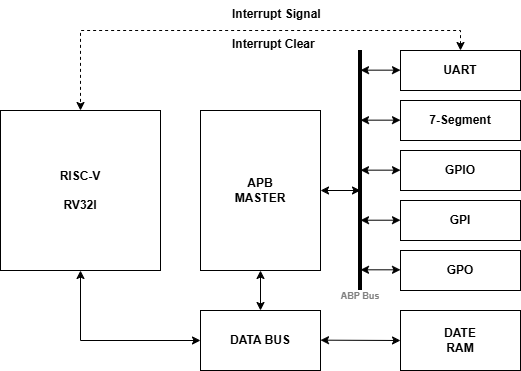
Before: riscv.png, a diagram exported from draw.io (Bourrasque-21/RV32I_mcu). Source tidied: cells renumbered, new cells last; positions are measured from the earlier drawing's top-left corner, leaving out a move shared by most shapes. Source of this version:
```xml
<mxGraphModel>
  <root>
    <mxCell id="0" />
    <mxCell id="1" parent="0" />
    <mxCell id="2" value="&lt;b&gt;RISC-V&lt;br&gt;&lt;br&gt;&lt;/b&gt;&lt;div&gt;&lt;b&gt;RV32I&lt;/b&gt;&lt;/div&gt;" style="rounded=0;whiteSpace=wrap;html=1;labelBackgroundColor=none;" parent="1" vertex="1">
      <mxGeometry y="110" width="160" height="160" as="geometry" />
    </mxCell>
    <mxCell id="3" value="&lt;b&gt;APB&lt;/b&gt;&lt;div&gt;&lt;b&gt;MASTER&lt;/b&gt;&lt;/div&gt;" style="rounded=0;whiteSpace=wrap;html=1;labelBackgroundColor=none;" parent="1" vertex="1">
      <mxGeometry x="200" y="110" width="120" height="160" as="geometry" />
    </mxCell>
    <mxCell id="4" value="&lt;b&gt;DATA BUS&lt;/b&gt;" style="rounded=0;whiteSpace=wrap;html=1;labelBackgroundColor=none;" parent="1" vertex="1">
      <mxGeometry x="200" y="310" width="120" height="60" as="geometry" />
    </mxCell>
    <mxCell id="5" style="endArrow=none;html=1;rounded=0;strokeWidth=4;labelBackgroundColor=none;fontColor=default;" parent="1" edge="1">
      <mxGeometry relative="1" as="geometry">
        <mxPoint x="360" y="290" as="sourcePoint" />
        <mxPoint x="360" y="50" as="targetPoint" />
      </mxGeometry>
    </mxCell>
    <mxCell id="6" value="&lt;b&gt;UART&lt;/b&gt;" style="rounded=0;whiteSpace=wrap;html=1;labelBackgroundColor=none;" parent="1" vertex="1">
      <mxGeometry x="400" y="50" width="120" height="40" as="geometry" />
    </mxCell>
    <mxCell id="7" value="&lt;b&gt;7-Segment&lt;/b&gt;" style="rounded=0;whiteSpace=wrap;html=1;labelBackgroundColor=none;" parent="1" vertex="1">
      <mxGeometry x="400" y="100" width="120" height="40" as="geometry" />
    </mxCell>
    <mxCell id="8" value="&lt;b&gt;GPIO&lt;/b&gt;" style="rounded=0;whiteSpace=wrap;html=1;labelBackgroundColor=none;" parent="1" vertex="1">
      <mxGeometry x="400" y="150" width="120" height="40" as="geometry" />
    </mxCell>
    <mxCell id="9" value="&lt;b&gt;GPI&lt;/b&gt;" style="rounded=0;whiteSpace=wrap;html=1;labelBackgroundColor=none;" parent="1" vertex="1">
      <mxGeometry x="400" y="200" width="120" height="40" as="geometry" />
    </mxCell>
    <mxCell id="10" value="&lt;b&gt;DATE&lt;/b&gt;&lt;div&gt;&lt;b&gt;RAM&lt;/b&gt;&lt;/div&gt;" style="rounded=0;whiteSpace=wrap;html=1;labelBackgroundColor=none;" parent="1" vertex="1">
      <mxGeometry x="400" y="310" width="120" height="60" as="geometry" />
    </mxCell>
    <mxCell id="11" value="&lt;b&gt;GPO&lt;/b&gt;" style="rounded=0;whiteSpace=wrap;html=1;labelBackgroundColor=none;" parent="1" vertex="1">
      <mxGeometry x="400" y="250" width="120" height="40" as="geometry" />
    </mxCell>
    <mxCell id="12" style="endArrow=classic;startArrow=classic;html=1;rounded=0;labelBackgroundColor=none;fontColor=default;" parent="1" edge="1">
      <mxGeometry relative="1" as="geometry">
        <mxPoint x="320" y="190" as="sourcePoint" />
        <mxPoint x="360" y="190" as="targetPoint" />
      </mxGeometry>
    </mxCell>
    <mxCell id="13" style="endArrow=classic;startArrow=classic;html=1;rounded=0;labelBackgroundColor=none;fontColor=default;" parent="1" edge="1">
      <mxGeometry relative="1" as="geometry">
        <mxPoint x="360" y="69.7" as="sourcePoint" />
        <mxPoint x="400" y="69.7" as="targetPoint" />
      </mxGeometry>
    </mxCell>
    <mxCell id="14" style="endArrow=classic;startArrow=classic;html=1;rounded=0;labelBackgroundColor=none;fontColor=default;" parent="1" edge="1">
      <mxGeometry relative="1" as="geometry">
        <mxPoint x="360" y="119.7" as="sourcePoint" />
        <mxPoint x="400" y="119.7" as="targetPoint" />
      </mxGeometry>
    </mxCell>
    <mxCell id="15" style="endArrow=classic;startArrow=classic;html=1;rounded=0;labelBackgroundColor=none;fontColor=default;" parent="1" edge="1">
      <mxGeometry relative="1" as="geometry">
        <mxPoint x="360" y="169.7" as="sourcePoint" />
        <mxPoint x="400" y="169.7" as="targetPoint" />
      </mxGeometry>
    </mxCell>
    <mxCell id="16" style="endArrow=classic;startArrow=classic;html=1;rounded=0;labelBackgroundColor=none;fontColor=default;" parent="1" edge="1">
      <mxGeometry relative="1" as="geometry">
        <mxPoint x="360" y="269.3" as="sourcePoint" />
        <mxPoint x="400" y="269.3" as="targetPoint" />
      </mxGeometry>
    </mxCell>
    <mxCell id="17" style="endArrow=classic;startArrow=classic;html=1;rounded=0;labelBackgroundColor=none;fontColor=default;" parent="1" edge="1">
      <mxGeometry relative="1" as="geometry">
        <mxPoint x="360" y="219.7" as="sourcePoint" />
        <mxPoint x="400" y="219.7" as="targetPoint" />
      </mxGeometry>
    </mxCell>
    <mxCell id="18" style="endArrow=classic;startArrow=classic;html=1;rounded=0;entryX=0;entryY=0.5;entryDx=0;entryDy=0;labelBackgroundColor=none;fontColor=default;" parent="1" edge="1" target="10">
      <mxGeometry relative="1" as="geometry">
        <mxPoint x="320" y="339.7" as="sourcePoint" />
      </mxGeometry>
    </mxCell>
    <mxCell id="19" style="endArrow=classic;startArrow=classic;html=1;rounded=0;entryX=0.5;entryY=1;entryDx=0;entryDy=0;exitX=0.5;exitY=0;exitDx=0;exitDy=0;labelBackgroundColor=none;fontColor=default;" parent="1" edge="1" source="4" target="3">
      <mxGeometry relative="1" as="geometry" />
    </mxCell>
    <mxCell id="20" style="endArrow=classic;startArrow=classic;html=1;rounded=0;exitX=0.5;exitY=1;exitDx=0;exitDy=0;entryX=0;entryY=0.5;entryDx=0;entryDy=0;labelBackgroundColor=none;fontColor=default;" parent="1" edge="1" source="2" target="4">
      <mxGeometry relative="1" as="geometry">
        <Array as="points">
          <mxPoint x="80" y="340" />
        </Array>
      </mxGeometry>
    </mxCell>
    <mxCell id="21" style="endArrow=classic;html=1;rounded=0;entryX=0.5;entryY=0;entryDx=0;entryDy=0;startArrow=classic;startFill=1;exitX=0.5;exitY=0;exitDx=0;exitDy=0;dashed=1;labelBackgroundColor=none;fontColor=default;" parent="1" edge="1" source="6" target="2">
      <mxGeometry relative="1" as="geometry">
        <Array as="points">
          <mxPoint x="460" y="30" />
          <mxPoint x="80" y="30" />
        </Array>
      </mxGeometry>
    </mxCell>
    <mxCell id="22" value="&lt;span style=&quot;color: rgb(0, 0, 0); font-family: Helvetica; font-size: 12px; font-style: normal; font-variant-ligatures: normal; font-variant-caps: normal; letter-spacing: normal; orphans: 2; text-align: left; text-indent: 0px; text-transform: none; widows: 2; word-spacing: 0px; -webkit-text-stroke-width: 0px; white-space: normal; text-decoration-thickness: initial; text-decoration-style: initial; text-decoration-color: initial; float: none; display: inline !important;&quot;&gt;&lt;b&gt;Interrupt Clear&lt;/b&gt;&lt;/span&gt;" style="text;whiteSpace=wrap;html=1;verticalAlign=top;rounded=0;labelBackgroundColor=none;" parent="1" vertex="1">
      <mxGeometry x="230" y="30" width="90" height="30" as="geometry" />
    </mxCell>
    <mxCell id="23" value="&lt;font style=&quot;font-size: 9px; color: rgb(128, 128, 128);&quot;&gt;&lt;b style=&quot;&quot;&gt;ABP Bus&lt;/b&gt;&lt;/font&gt;" style="text;html=1;whiteSpace=wrap;strokeColor=none;fillColor=none;align=center;verticalAlign=middle;rounded=0;labelBackgroundColor=none;" parent="1" vertex="1">
      <mxGeometry x="330" y="280" width="60" height="30" as="geometry" />
    </mxCell>
    <mxCell id="24" value="&lt;span style=&quot;color: rgb(0, 0, 0); font-family: Helvetica; font-size: 12px; font-style: normal; font-variant-ligatures: normal; font-variant-caps: normal; letter-spacing: normal; orphans: 2; text-align: left; text-indent: 0px; text-transform: none; widows: 2; word-spacing: 0px; -webkit-text-stroke-width: 0px; white-space: normal; text-decoration-thickness: initial; text-decoration-style: initial; text-decoration-color: initial; float: none; display: inline !important;&quot;&gt;&lt;b&gt;Interrupt Signal&lt;/b&gt;&lt;/span&gt;" style="text;whiteSpace=wrap;html=1;verticalAlign=top;rounded=0;labelBackgroundColor=none;" parent="1" vertex="1">
      <mxGeometry x="230" width="100" height="30" as="geometry" />
    </mxCell>
  </root>
</mxGraphModel>
```
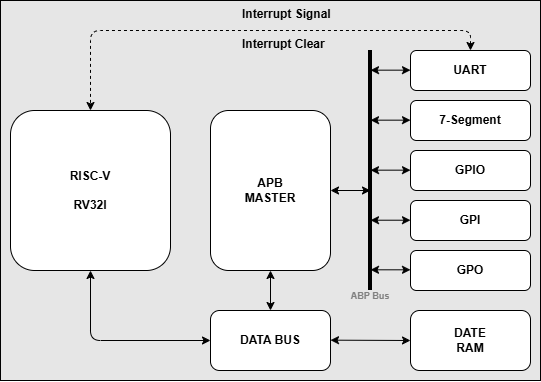
The same file after the commit.

The edit, as a diff of the source:
```diff
@@ -2,91 +2,94 @@
   <root>
     <mxCell id="0" />
     <mxCell id="1" parent="0" />
+    <mxCell id="25" style="rounded=0;whiteSpace=wrap;html=1;fillColor=#E6E6E6;" parent="1" vertex="1">
+      <mxGeometry x="-10" width="540" height="380" as="geometry" />
+    </mxCell>
-    <mxCell id="2" value="&lt;b&gt;RISC-V&lt;br&gt;&lt;br&gt;&lt;/b&gt;&lt;div&gt;&lt;b&gt;RV32I&lt;/b&gt;&lt;/div&gt;" style="rounded=0;whiteSpace=wrap;html=1;labelBackgroundColor=none;" parent="1" vertex="1">
+    <mxCell id="2" value="&lt;b&gt;RISC-V&lt;br&gt;&lt;br&gt;&lt;/b&gt;&lt;div&gt;&lt;b&gt;RV32I&lt;/b&gt;&lt;/div&gt;" style="rounded=1;whiteSpace=wrap;html=1;labelBackgroundColor=none;" parent="1" vertex="1">
       <mxGeometry y="110" width="160" height="160" as="geometry" />
     </mxCell>
-    <mxCell id="3" value="&lt;b&gt;APB&lt;/b&gt;&lt;div&gt;&lt;b&gt;MASTER&lt;/b&gt;&lt;/div&gt;" style="rounded=0;whiteSpace=wrap;html=1;labelBackgroundColor=none;" parent="1" vertex="1">
+    <mxCell id="3" value="&lt;b&gt;APB&lt;/b&gt;&lt;div&gt;&lt;b&gt;MASTER&lt;/b&gt;&lt;/div&gt;" style="rounded=1;whiteSpace=wrap;html=1;labelBackgroundColor=none;" parent="1" vertex="1">
       <mxGeometry x="200" y="110" width="120" height="160" as="geometry" />
     </mxCell>
-    <mxCell id="4" value="&lt;b&gt;DATA BUS&lt;/b&gt;" style="rounded=0;whiteSpace=wrap;html=1;labelBackgroundColor=none;" parent="1" vertex="1">
+    <mxCell id="4" value="&lt;b&gt;DATA BUS&lt;/b&gt;" style="rounded=1;whiteSpace=wrap;html=1;labelBackgroundColor=none;" parent="1" vertex="1">
       <mxGeometry x="200" y="310" width="120" height="60" as="geometry" />
     </mxCell>
-    <mxCell id="5" style="endArrow=none;html=1;rounded=0;strokeWidth=4;labelBackgroundColor=none;fontColor=default;" parent="1" edge="1">
+    <mxCell id="5" style="endArrow=none;html=1;rounded=1;strokeWidth=4;labelBackgroundColor=none;fontColor=default;" parent="1" edge="1">
       <mxGeometry relative="1" as="geometry">
         <mxPoint x="360" y="290" as="sourcePoint" />
         <mxPoint x="360" y="50" as="targetPoint" />
       </mxGeometry>
     </mxCell>
-    <mxCell id="6" value="&lt;b&gt;UART&lt;/b&gt;" style="rounded=0;whiteSpace=wrap;html=1;labelBackgroundColor=none;" parent="1" vertex="1">
+    <mxCell id="6" value="&lt;b&gt;UART&lt;/b&gt;" style="rounded=1;whiteSpace=wrap;html=1;labelBackgroundColor=none;" parent="1" vertex="1">
       <mxGeometry x="400" y="50" width="120" height="40" as="geometry" />
     </mxCell>
-    <mxCell id="7" value="&lt;b&gt;7-Segment&lt;/b&gt;" style="rounded=0;whiteSpace=wrap;html=1;labelBackgroundColor=none;" parent="1" vertex="1">
+    <mxCell id="7" value="&lt;b&gt;7-Segment&lt;/b&gt;" style="rounded=1;whiteSpace=wrap;html=1;labelBackgroundColor=none;" parent="1" vertex="1">
       <mxGeometry x="400" y="100" width="120" height="40" as="geometry" />
     </mxCell>
-    <mxCell id="8" value="&lt;b&gt;GPIO&lt;/b&gt;" style="rounded=0;whiteSpace=wrap;html=1;labelBackgroundColor=none;" parent="1" vertex="1">
+    <mxCell id="8" value="&lt;b&gt;GPIO&lt;/b&gt;" style="rounded=1;whiteSpace=wrap;html=1;labelBackgroundColor=none;" parent="1" vertex="1">
       <mxGeometry x="400" y="150" width="120" height="40" as="geometry" />
     </mxCell>
-    <mxCell id="9" value="&lt;b&gt;GPI&lt;/b&gt;" style="rounded=0;whiteSpace=wrap;html=1;labelBackgroundColor=none;" parent="1" vertex="1">
+    <mxCell id="9" value="&lt;b&gt;GPI&lt;/b&gt;" style="rounded=1;whiteSpace=wrap;html=1;labelBackgroundColor=none;" parent="1" vertex="1">
       <mxGeometry x="400" y="200" width="120" height="40" as="geometry" />
     </mxCell>
-    <mxCell id="10" value="&lt;b&gt;DATE&lt;/b&gt;&lt;div&gt;&lt;b&gt;RAM&lt;/b&gt;&lt;/div&gt;" style="rounded=0;whiteSpace=wrap;html=1;labelBackgroundColor=none;" parent="1" vertex="1">
+    <mxCell id="10" value="&lt;b&gt;DATE&lt;/b&gt;&lt;div&gt;&lt;b&gt;RAM&lt;/b&gt;&lt;/div&gt;" style="rounded=1;whiteSpace=wrap;html=1;labelBackgroundColor=none;" parent="1" vertex="1">
       <mxGeometry x="400" y="310" width="120" height="60" as="geometry" />
     </mxCell>
-    <mxCell id="11" value="&lt;b&gt;GPO&lt;/b&gt;" style="rounded=0;whiteSpace=wrap;html=1;labelBackgroundColor=none;" parent="1" vertex="1">
+    <mxCell id="11" value="&lt;b&gt;GPO&lt;/b&gt;" style="rounded=1;whiteSpace=wrap;html=1;labelBackgroundColor=none;" parent="1" vertex="1">
       <mxGeometry x="400" y="250" width="120" height="40" as="geometry" />
     </mxCell>
-    <mxCell id="12" style="endArrow=classic;startArrow=classic;html=1;rounded=0;labelBackgroundColor=none;fontColor=default;" parent="1" edge="1">
+    <mxCell id="12" style="endArrow=classic;startArrow=classic;html=1;rounded=1;labelBackgroundColor=none;fontColor=default;" parent="1" edge="1">
       <mxGeometry relative="1" as="geometry">
         <mxPoint x="320" y="190" as="sourcePoint" />
         <mxPoint x="360" y="190" as="targetPoint" />
       </mxGeometry>
     </mxCell>
-    <mxCell id="13" style="endArrow=classic;startArrow=classic;html=1;rounded=0;labelBackgroundColor=none;fontColor=default;" parent="1" edge="1">
+    <mxCell id="13" style="endArrow=classic;startArrow=classic;html=1;rounded=1;labelBackgroundColor=none;fontColor=default;" parent="1" edge="1">
       <mxGeometry relative="1" as="geometry">
         <mxPoint x="360" y="69.7" as="sourcePoint" />
         <mxPoint x="400" y="69.7" as="targetPoint" />
       </mxGeometry>
     </mxCell>
-    <mxCell id="14" style="endArrow=classic;startArrow=classic;html=1;rounded=0;labelBackgroundColor=none;fontColor=default;" parent="1" edge="1">
+    <mxCell id="14" style="endArrow=classic;startArrow=classic;html=1;rounded=1;labelBackgroundColor=none;fontColor=default;" parent="1" edge="1">
       <mxGeometry relative="1" as="geometry">
         <mxPoint x="360" y="119.7" as="sourcePoint" />
         <mxPoint x="400" y="119.7" as="targetPoint" />
       </mxGeometry>
     </mxCell>
-    <mxCell id="15" style="endArrow=classic;startArrow=classic;html=1;rounded=0;labelBackgroundColor=none;fontColor=default;" parent="1" edge="1">
+    <mxCell id="15" style="endArrow=classic;startArrow=classic;html=1;rounded=1;labelBackgroundColor=none;fontColor=default;" parent="1" edge="1">
       <mxGeometry relative="1" as="geometry">
         <mxPoint x="360" y="169.7" as="sourcePoint" />
         <mxPoint x="400" y="169.7" as="targetPoint" />
       </mxGeometry>
     </mxCell>
-    <mxCell id="16" style="endArrow=classic;startArrow=classic;html=1;rounded=0;labelBackgroundColor=none;fontColor=default;" parent="1" edge="1">
+    <mxCell id="16" style="endArrow=classic;startArrow=classic;html=1;rounded=1;labelBackgroundColor=none;fontColor=default;" parent="1" edge="1">
       <mxGeometry relative="1" as="geometry">
         <mxPoint x="360" y="269.3" as="sourcePoint" />
         <mxPoint x="400" y="269.3" as="targetPoint" />
       </mxGeometry>
     </mxCell>
-    <mxCell id="17" style="endArrow=classic;startArrow=classic;html=1;rounded=0;labelBackgroundColor=none;fontColor=default;" parent="1" edge="1">
+    <mxCell id="17" style="endArrow=classic;startArrow=classic;html=1;rounded=1;labelBackgroundColor=none;fontColor=default;" parent="1" edge="1">
       <mxGeometry relative="1" as="geometry">
         <mxPoint x="360" y="219.7" as="sourcePoint" />
         <mxPoint x="400" y="219.7" as="targetPoint" />
       </mxGeometry>
     </mxCell>
-    <mxCell id="18" style="endArrow=classic;startArrow=classic;html=1;rounded=0;entryX=0;entryY=0.5;entryDx=0;entryDy=0;labelBackgroundColor=none;fontColor=default;" parent="1" edge="1" target="10">
+    <mxCell id="18" style="endArrow=classic;startArrow=classic;html=1;rounded=1;entryX=0;entryY=0.5;entryDx=0;entryDy=0;labelBackgroundColor=none;fontColor=default;" parent="1" edge="1" target="10">
       <mxGeometry relative="1" as="geometry">
         <mxPoint x="320" y="339.7" as="sourcePoint" />
       </mxGeometry>
     </mxCell>
-    <mxCell id="19" style="endArrow=classic;startArrow=classic;html=1;rounded=0;entryX=0.5;entryY=1;entryDx=0;entryDy=0;exitX=0.5;exitY=0;exitDx=0;exitDy=0;labelBackgroundColor=none;fontColor=default;" parent="1" edge="1" source="4" target="3">
+    <mxCell id="19" style="endArrow=classic;startArrow=classic;html=1;rounded=1;entryX=0.5;entryY=1;entryDx=0;entryDy=0;exitX=0.5;exitY=0;exitDx=0;exitDy=0;labelBackgroundColor=none;fontColor=default;" parent="1" edge="1" source="4" target="3">
       <mxGeometry relative="1" as="geometry" />
     </mxCell>
-    <mxCell id="20" style="endArrow=classic;startArrow=classic;html=1;rounded=0;exitX=0.5;exitY=1;exitDx=0;exitDy=0;entryX=0;entryY=0.5;entryDx=0;entryDy=0;labelBackgroundColor=none;fontColor=default;" parent="1" edge="1" source="2" target="4">
+    <mxCell id="20" style="endArrow=classic;startArrow=classic;html=1;rounded=1;exitX=0.5;exitY=1;exitDx=0;exitDy=0;entryX=0;entryY=0.5;entryDx=0;entryDy=0;labelBackgroundColor=none;fontColor=default;" parent="1" edge="1" source="2" target="4">
       <mxGeometry relative="1" as="geometry">
         <Array as="points">
           <mxPoint x="80" y="340" />
         </Array>
       </mxGeometry>
     </mxCell>
-    <mxCell id="21" style="endArrow=classic;html=1;rounded=0;entryX=0.5;entryY=0;entryDx=0;entryDy=0;startArrow=classic;startFill=1;exitX=0.5;exitY=0;exitDx=0;exitDy=0;dashed=1;labelBackgroundColor=none;fontColor=default;" parent="1" edge="1" source="6" target="2">
+    <mxCell id="21" style="endArrow=classic;html=1;rounded=1;entryX=0.5;entryY=0;entryDx=0;entryDy=0;startArrow=classic;startFill=1;exitX=0.5;exitY=0;exitDx=0;exitDy=0;dashed=1;labelBackgroundColor=none;fontColor=default;" parent="1" edge="1" source="6" target="2">
       <mxGeometry relative="1" as="geometry">
         <Array as="points">
           <mxPoint x="460" y="30" />
@@ -94,13 +97,13 @@
         </Array>
       </mxGeometry>
     </mxCell>
-    <mxCell id="22" value="&lt;span style=&quot;color: rgb(0, 0, 0); font-family: Helvetica; font-size: 12px; font-style: normal; font-variant-ligatures: normal; font-variant-caps: normal; letter-spacing: normal; orphans: 2; text-align: left; text-indent: 0px; text-transform: none; widows: 2; word-spacing: 0px; -webkit-text-stroke-width: 0px; white-space: normal; text-decoration-thickness: initial; text-decoration-style: initial; text-decoration-color: initial; float: none; display: inline !important;&quot;&gt;&lt;b&gt;Interrupt Clear&lt;/b&gt;&lt;/span&gt;" style="text;whiteSpace=wrap;html=1;verticalAlign=top;rounded=0;labelBackgroundColor=none;" parent="1" vertex="1">
+    <mxCell id="22" value="&lt;span style=&quot;color: rgb(0, 0, 0); font-family: Helvetica; font-size: 12px; font-style: normal; font-variant-ligatures: normal; font-variant-caps: normal; letter-spacing: normal; orphans: 2; text-align: left; text-indent: 0px; text-transform: none; widows: 2; word-spacing: 0px; -webkit-text-stroke-width: 0px; white-space: normal; text-decoration-thickness: initial; text-decoration-style: initial; text-decoration-color: initial; float: none; display: inline !important;&quot;&gt;&lt;b&gt;Interrupt Clear&lt;/b&gt;&lt;/span&gt;" style="text;whiteSpace=wrap;html=1;verticalAlign=top;rounded=1;labelBackgroundColor=none;" parent="1" vertex="1">
       <mxGeometry x="230" y="30" width="90" height="30" as="geometry" />
     </mxCell>
-    <mxCell id="23" value="&lt;font style=&quot;font-size: 9px; color: rgb(128, 128, 128);&quot;&gt;&lt;b style=&quot;&quot;&gt;ABP Bus&lt;/b&gt;&lt;/font&gt;" style="text;html=1;whiteSpace=wrap;strokeColor=none;fillColor=none;align=center;verticalAlign=middle;rounded=0;labelBackgroundColor=none;" parent="1" vertex="1">
+    <mxCell id="23" value="&lt;font style=&quot;font-size: 9px; color: rgb(128, 128, 128);&quot;&gt;&lt;b style=&quot;&quot;&gt;ABP Bus&lt;/b&gt;&lt;/font&gt;" style="text;html=1;whiteSpace=wrap;strokeColor=none;fillColor=none;align=center;verticalAlign=middle;rounded=1;labelBackgroundColor=none;" parent="1" vertex="1">
       <mxGeometry x="330" y="280" width="60" height="30" as="geometry" />
     </mxCell>
-    <mxCell id="24" value="&lt;span style=&quot;color: rgb(0, 0, 0); font-family: Helvetica; font-size: 12px; font-style: normal; font-variant-ligatures: normal; font-variant-caps: normal; letter-spacing: normal; orphans: 2; text-align: left; text-indent: 0px; text-transform: none; widows: 2; word-spacing: 0px; -webkit-text-stroke-width: 0px; white-space: normal; text-decoration-thickness: initial; text-decoration-style: initial; text-decoration-color: initial; float: none; display: inline !important;&quot;&gt;&lt;b&gt;Interrupt Signal&lt;/b&gt;&lt;/span&gt;" style="text;whiteSpace=wrap;html=1;verticalAlign=top;rounded=0;labelBackgroundColor=none;" parent="1" vertex="1">
+    <mxCell id="24" value="&lt;span style=&quot;color: rgb(0, 0, 0); font-family: Helvetica; font-size: 12px; font-style: normal; font-variant-ligatures: normal; font-variant-caps: normal; letter-spacing: normal; orphans: 2; text-align: left; text-indent: 0px; text-transform: none; widows: 2; word-spacing: 0px; -webkit-text-stroke-width: 0px; white-space: normal; text-decoration-thickness: initial; text-decoration-style: initial; text-decoration-color: initial; float: none; display: inline !important;&quot;&gt;&lt;b&gt;Interrupt Signal&lt;/b&gt;&lt;/span&gt;" style="text;whiteSpace=wrap;html=1;verticalAlign=top;rounded=1;labelBackgroundColor=none;" parent="1" vertex="1">
       <mxGeometry x="230" width="100" height="30" as="geometry" />
     </mxCell>
   </root>
```
